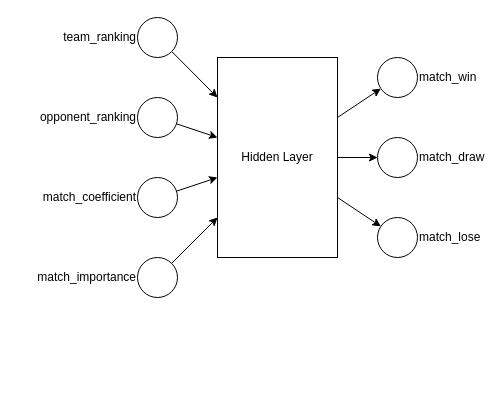
Above: page "Logistic Regression" (1 of 2) of Neural Network Diagram.drawio in elYonno/WorldCup2022Predictor (draw.io), before the change. Source tidied: cells renumbered, new cells numbered last; positions are measured from the earlier drawing's top-left corner, leaving out a move shared by most shapes. Both pictures are drawn from the tidied source at 100%, with x=0, y=0 at pixel (17, 17).
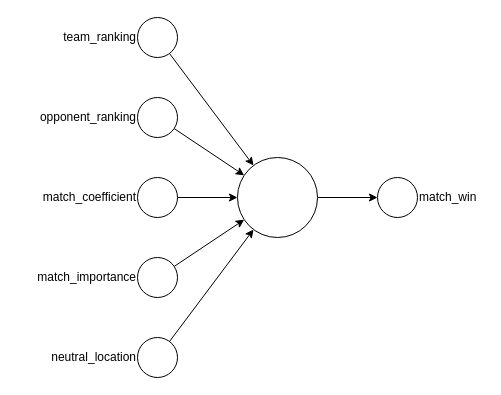
The same page after the edit.

Commit message (it also covers changes not shown here):
Made poster

Unchanged cells that the change refers to:
```xml
<mxCell id="3" style="ellipse;whiteSpace=wrap;html=1;" parent="1" vertex="1">
  <mxGeometry x="120" width="40" height="40" as="geometry" />
</mxCell>
<mxCell id="6" style="ellipse;whiteSpace=wrap;html=1;" parent="1" vertex="1">
  <mxGeometry x="120" y="80" width="40" height="40" as="geometry" />
</mxCell>
<mxCell id="9" style="ellipse;whiteSpace=wrap;html=1;" parent="1" vertex="1">
  <mxGeometry x="120" y="160" width="40" height="40" as="geometry" />
</mxCell>
<mxCell id="12" style="ellipse;whiteSpace=wrap;html=1;" parent="1" vertex="1">
  <mxGeometry x="120" y="240" width="40" height="40" as="geometry" />
</mxCell>
```

What changed in the source:
```diff
@@
-    <mxCell id="2" style="rounded=0;jettySize=auto;html=1;" parent="1" edge="1" source="3" target="14">
-      <mxGeometry relative="1" as="geometry" />
-    </mxCell>
@@
-    <mxCell id="5" style="edgeStyle=none;rounded=0;jettySize=auto;html=1;" parent="1" edge="1" source="6" target="14">
-      <mxGeometry relative="1" as="geometry" />
-    </mxCell>
+    <mxCell id="24" style="rounded=0;jettySize=auto;html=1;" parent="1" edge="1" source="6" target="27">
+      <mxGeometry relative="1" as="geometry" />
+    </mxCell>
@@
-    <mxCell id="8" style="edgeStyle=none;rounded=0;jettySize=auto;html=1;" parent="1" edge="1" source="9" target="14">
-      <mxGeometry relative="1" as="geometry" />
-    </mxCell>
+    <mxCell id="25" style="edgeStyle=none;rounded=0;jettySize=auto;html=1;exitX=1;exitY=0.5;exitDx=0;exitDy=0;entryX=0;entryY=0.5;entryDx=0;entryDy=0;" parent="1" edge="1" source="9" target="27">
+      <mxGeometry relative="1" as="geometry" />
+    </mxCell>
@@
-    <mxCell id="11" style="edgeStyle=none;rounded=0;jettySize=auto;html=1;" parent="1" edge="1" source="12" target="14">
-      <mxGeometry relative="1" as="geometry" />
-    </mxCell>
+    <mxCell id="26" style="edgeStyle=none;rounded=0;jettySize=auto;html=1;" parent="1" edge="1" source="12" target="27">
+      <mxGeometry relative="1" as="geometry" />
+    </mxCell>
@@
-    <mxCell id="14" value="Hidden Layer" style="rounded=0;whiteSpace=wrap;html=1;" parent="1" vertex="1">
-      <mxGeometry x="200" y="40" width="120" height="200" as="geometry" />
-    </mxCell>
-    <mxCell id="15" style="edgeStyle=none;rounded=0;jettySize=auto;html=1;endArrow=none;endFill=0;startArrow=classic;startFill=1;" parent="1" edge="1" source="16" target="14">
-      <mxGeometry relative="1" as="geometry" />
-    </mxCell>
-    <mxCell id="16" style="ellipse;whiteSpace=wrap;html=1;" parent="1" vertex="1">
-      <mxGeometry x="360" y="40" width="40" height="40" as="geometry" />
-    </mxCell>
-    <mxCell id="17" style="edgeStyle=none;rounded=0;jettySize=auto;html=1;endArrow=none;endFill=0;startArrow=classic;startFill=1;" parent="1" edge="1" source="18" target="14">
+    <mxCell id="17" style="edgeStyle=none;rounded=0;jettySize=auto;html=1;endArrow=none;endFill=0;startArrow=classic;startFill=1;entryX=1;entryY=0.5;entryDx=0;entryDy=0;" parent="1" edge="1" source="18" target="27">
       <mxGeometry relative="1" as="geometry" />
     </mxCell>
     <mxCell id="18" style="ellipse;whiteSpace=wrap;html=1;" parent="1" vertex="1">
-      <mxGeometry x="360" y="120" width="40" height="40" as="geometry" />
+      <mxGeometry x="360" y="160" width="40" height="40" as="geometry" />
     </mxCell>
-    <mxCell id="19" style="edgeStyle=none;rounded=0;jettySize=auto;html=1;endArrow=none;endFill=0;startArrow=classic;startFill=1;" parent="1" edge="1" source="20" target="14">
-      <mxGeometry relative="1" as="geometry" />
-    </mxCell>
-    <mxCell id="20" style="ellipse;whiteSpace=wrap;html=1;" parent="1" vertex="1">
-      <mxGeometry x="360" y="200" width="40" height="40" as="geometry" />
-    </mxCell>
-    <mxCell id="21" value="match_win" style="text;html=1;strokeColor=none;fillColor=none;align=left;verticalAlign=middle;whiteSpace=wrap;rounded=0;" parent="1" vertex="1">
-      <mxGeometry x="400" y="45" width="60" height="30" as="geometry" />
-    </mxCell>
-    <mxCell id="22" value="match_draw" style="text;html=1;strokeColor=none;fillColor=none;align=left;verticalAlign=middle;whiteSpace=wrap;rounded=0;" parent="1" vertex="1">
-      <mxGeometry x="400" y="125" width="60" height="30" as="geometry" />
+    <mxCell id="22" value="match_win" style="text;html=1;strokeColor=none;fillColor=none;align=left;verticalAlign=middle;whiteSpace=wrap;rounded=0;" parent="1" vertex="1">
+      <mxGeometry x="400" y="165" width="60" height="30" as="geometry" />
     </mxCell>
-    <mxCell id="23" value="match_lose" style="text;html=1;strokeColor=none;fillColor=none;align=left;verticalAlign=middle;whiteSpace=wrap;rounded=0;" parent="1" vertex="1">
-      <mxGeometry x="400" y="205" width="60" height="30" as="geometry" />
-    </mxCell>
+    <mxCell id="27" style="ellipse;whiteSpace=wrap;html=1;" parent="1" vertex="1">
+      <mxGeometry x="220" y="140" width="80" height="80" as="geometry" />
+    </mxCell>
+    <mxCell id="28" style="ellipse;whiteSpace=wrap;html=1;" parent="1" vertex="1">
+      <mxGeometry x="120" y="320" width="40" height="40" as="geometry" />
+    </mxCell>
+    <mxCell id="29" value="neutral_location" style="text;html=1;align=right;verticalAlign=middle;strokeColor=none;fillColor=none;" parent="1" vertex="1">
+      <mxGeometry x="10" y="325" width="110" height="30" as="geometry" />
+    </mxCell>
+    <mxCell id="30" style="endArrow=classic;html=1;rounded=0;" parent="1" edge="1" source="3" target="27">
+      <mxGeometry relative="1" as="geometry" />
+    </mxCell>
+    <mxCell id="31" style="endArrow=classic;html=1;rounded=0;" parent="1" edge="1" source="28" target="27">
+      <mxGeometry relative="1" as="geometry" />
+    </mxCell>
```
